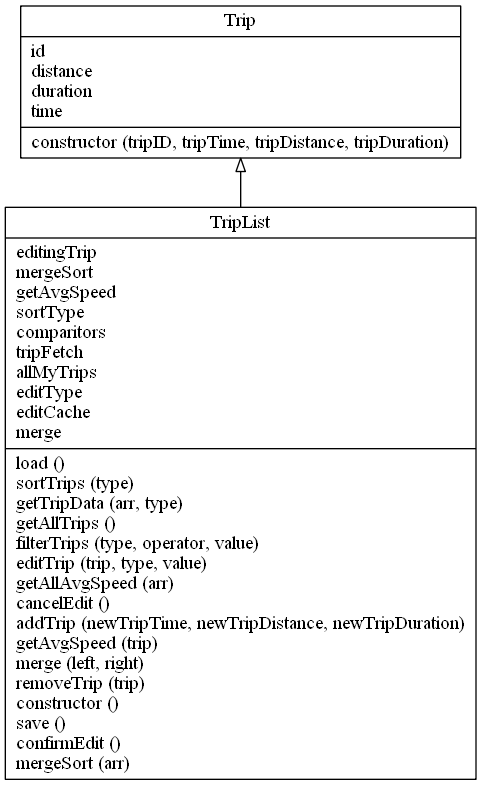
Above: output/classes.dot.png in ChironEvans/de321-Assignment2-2020 (Graphviz), before the change. Its source is kept beside it as output/classes.dot.
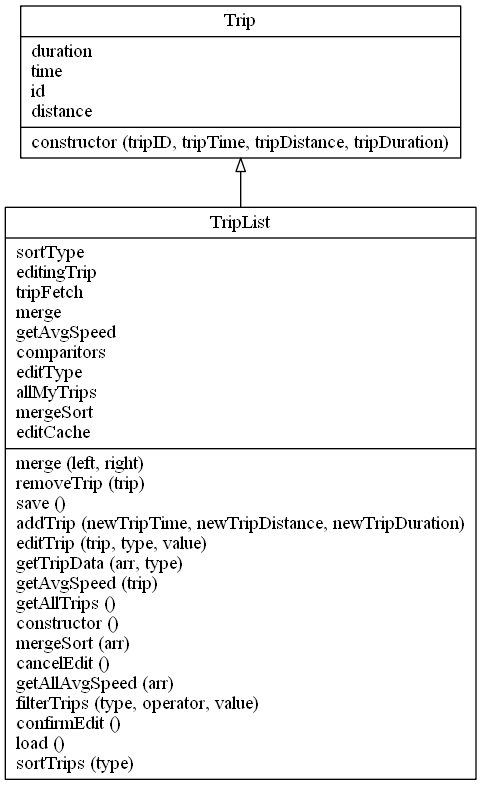
The same file after the commit.

The edit, as a diff of the source:
```diff
@@ -1,7 +1,7 @@
 digraph "classes_test" {
 charset="utf-8"
 rankdir=BT
-"0" [label="{Trip|id\ldistance\lduration\ltime\l|constructor (tripID, tripTime, tripDistance, tripDuration)\l}", shape="record"];
-"1" [label="{TripList|editingTrip\lmergeSort\lgetAvgSpeed\lsortType\lcomparitors\ltripFetch\lallMyTrips\leditType\leditCache\lmerge\l|load ()\lsortTrips (type)\lgetTripData (arr, type)\lgetAllTrips ()\lfilterTrips (type, operator, value)\leditTrip (trip, type, value)\lgetAllAvgSpeed (arr)\lcancelEdit ()\laddTrip (newTripTime, newTripDistance, newTripDuration)\lgetAvgSpeed (trip)\lmerge (left, right)\lremoveTrip (trip)\lconstructor ()\lsave ()\lconfirmEdit ()\lmergeSort (arr)\l}", shape="record"];
+"0" [label="{Trip|duration\ltime\lid\ldistance\l|constructor (tripID, tripTime, tripDistance, tripDuration)\l}", shape="record"];
+"1" [label="{TripList|sortType\leditingTrip\ltripFetch\lmerge\lgetAvgSpeed\lcomparitors\leditType\lallMyTrips\lmergeSort\leditCache\l|merge (left, right)\lremoveTrip (trip)\lsave ()\laddTrip (newTripTime, newTripDistance, newTripDuration)\leditTrip (trip, type, value)\lgetTripData (arr, type)\lgetAvgSpeed (trip)\lgetAllTrips ()\lconstructor ()\lmergeSort (arr)\lcancelEdit ()\lgetAllAvgSpeed (arr)\lfilterTrips (type, operator, value)\lconfirmEdit ()\lload ()\lsortTrips (type)\l}", shape="record"];
 "1" -> "0" [arrowhead="empty", arrowtail="none"];
 }
```
